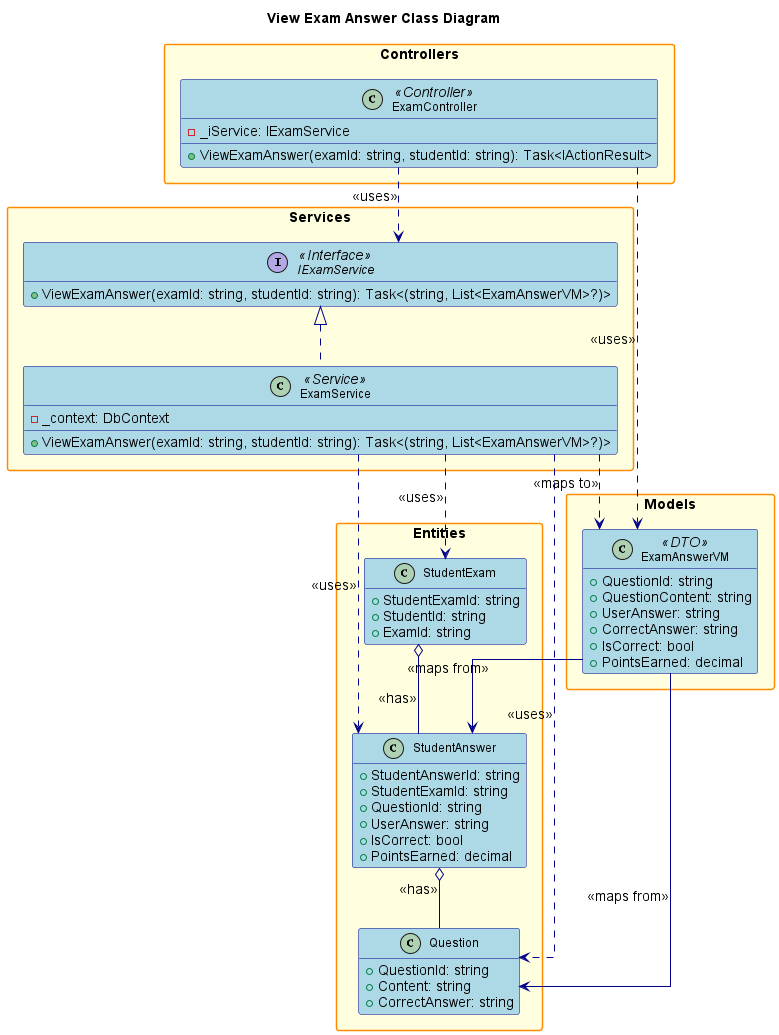
Above: design/out/viewexamanswer/viewexamanswer.png in conghoan1211/AI-Kiosk-Testing-system (PlantUML), before the change.
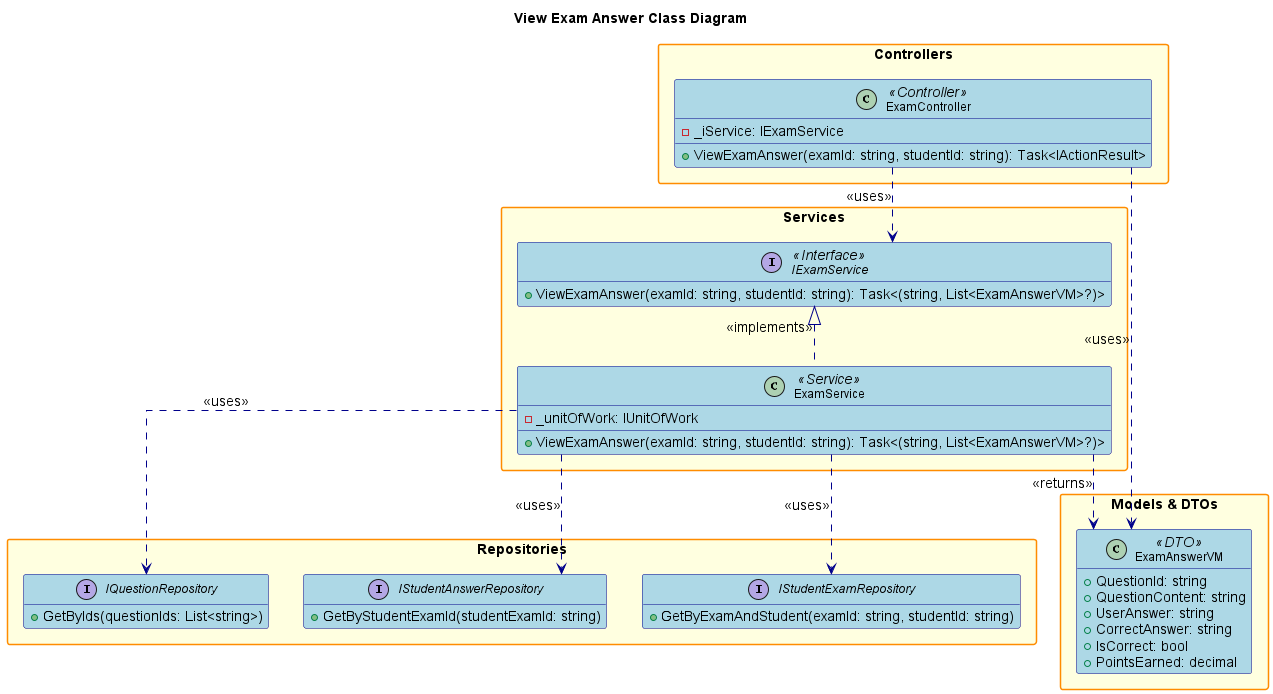
After the change.

What changed in the source:
```diff
@@ -1,6 +1,4 @@
 @startuml
-
-title View Exam Answer Class Diagram
 
 hide empty members
 skinparam packageStyle rectangle
@@ -25,18 +23,13 @@
     FontSize 14
     FontStyle bold
 }
-
 skinparam interface {
     BackgroundColor LightGreen
     BorderColor DarkGreen
     FontSize 12
 }
 
-skinparam enum {
-    BackgroundColor LightCyan
-    BorderColor DarkCyan
-    FontSize 12
-}
+title View Exam Answer Class Diagram
 
 package "Controllers" {
     class ExamController <<Controller>> {
@@ -50,12 +43,24 @@
         + ViewExamAnswer(examId: string, studentId: string): Task<(string, List<ExamAnswerVM>?)>
     }
     class ExamService <<Service>> {
-        - _context: DbContext
+        - _unitOfWork: IUnitOfWork
         + ViewExamAnswer(examId: string, studentId: string): Task<(string, List<ExamAnswerVM>?)>
     }
 }
 
-package "Models" {
+package "Repositories" {
+    interface IStudentExamRepository {
+        + GetByExamAndStudent(examId: string, studentId: string)
+    }
+    interface IStudentAnswerRepository {
+        + GetByStudentExamId(studentExamId: string)
+    }
+    interface IQuestionRepository {
+        + GetByIds(questionIds: List<string>)
+    }
+}
+
+package "Models & DTOs" {
     class ExamAnswerVM <<DTO>> {
         + QuestionId: string
         + QuestionContent: string
@@ -66,37 +71,12 @@
     }
 }
 
-package "Entities" {
-    class StudentExam {
-        + StudentExamId: string
-        + StudentId: string
-        + ExamId: string
-    }
-    class StudentAnswer {
-        + StudentAnswerId: string
-        + StudentExamId: string
-        + QuestionId: string
-        + UserAnswer: string
-        + IsCorrect: bool
-        + PointsEarned: decimal
-    }
-    class Question {
-        + QuestionId: string
-        + Content: string
-        + CorrectAnswer: string
-    }
-}
-
 ExamController ..> IExamService : <<uses>>
-IExamService <|.. ExamService
 ExamController ..> ExamAnswerVM : <<uses>>
-ExamService ..> StudentExam : <<uses>>
-ExamService ..> StudentAnswer : <<uses>>
-ExamService ..> Question : <<uses>>
-ExamService ..> ExamAnswerVM : <<maps to>>
-StudentExam o-- StudentAnswer : <<has>>
-StudentAnswer o-- Question : <<has>>
-ExamAnswerVM --> StudentAnswer : <<maps from>>
-ExamAnswerVM --> Question : <<maps from>>
+IExamService <|.. ExamService : <<implements>>
+ExamService ..> IStudentExamRepository : <<uses>>
+ExamService ..> IStudentAnswerRepository : <<uses>>
+ExamService ..> IQuestionRepository : <<uses>>
+ExamService ..> ExamAnswerVM : <<returns>>
 
 @enduml
```
